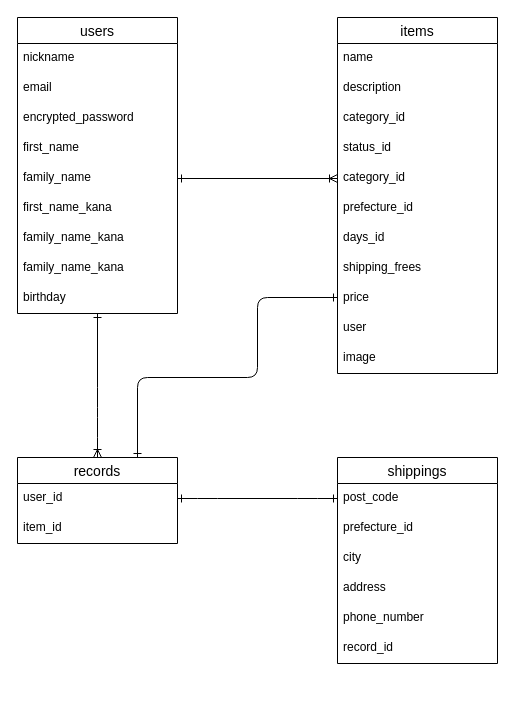
Earlier version of the draw.io diagram db.dio (kohohsuke/furima-35532). Source tidied: cells renumbered, new cells numbered last; positions are measured from the earlier drawing's top-left corner, leaving out a move shared by most shapes. Both pictures are drawn from the tidied source at 100%, with x=0, y=0 at pixel (17, 17).
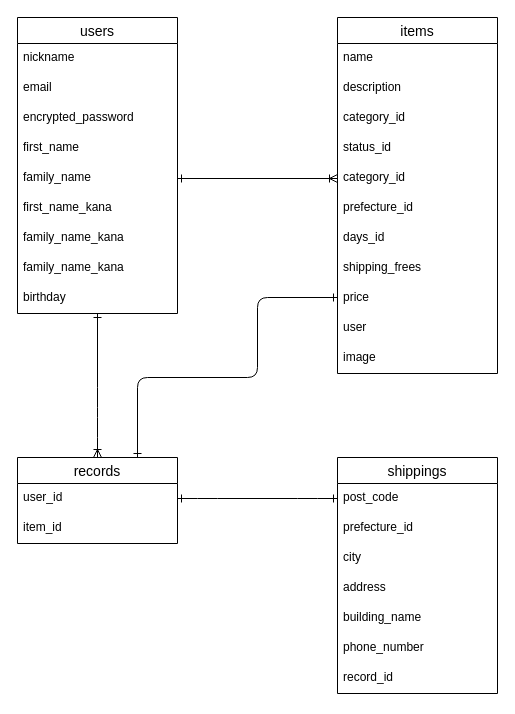
Above is the later version.

Commit message (it also covers changes not shown here):
ER図とREADMEの再修正

The edit, as a diff of the source:
```diff
@@
     <mxCell id="27" value="shippings" style="swimlane;fontStyle=0;horizontal=1;startSize=26;align=center;fontSize=14;" parent="1" vertex="1">
-      <mxGeometry x="320" y="440" width="160" height="206" as="geometry" />
+      <mxGeometry x="320" y="440" width="160" height="236" as="geometry" />
     </mxCell>
@@
+    <mxCell id="38" value="building_name" style="text;strokeColor=none;fillColor=none;spacingLeft=4;spacingRight=4;overflow=hidden;fontSize=12;" parent="27" vertex="1">
+      <mxGeometry y="146" width="160" height="30" as="geometry" />
+    </mxCell>
     <mxCell id="32" value="phone_number" style="text;strokeColor=none;fillColor=none;spacingLeft=4;spacingRight=4;overflow=hidden;fontSize=12;" parent="27" vertex="1">
-      <mxGeometry y="146" width="160" height="30" as="geometry" />
+      <mxGeometry y="176" width="160" height="30" as="geometry" />
     </mxCell>
     <mxCell id="33" value="record_id" style="text;strokeColor=none;fillColor=none;spacingLeft=4;spacingRight=4;overflow=hidden;fontSize=12;" parent="27" vertex="1">
-      <mxGeometry y="176" width="160" height="30" as="geometry" />
+      <mxGeometry y="206" width="160" height="30" as="geometry" />
     </mxCell>
```
